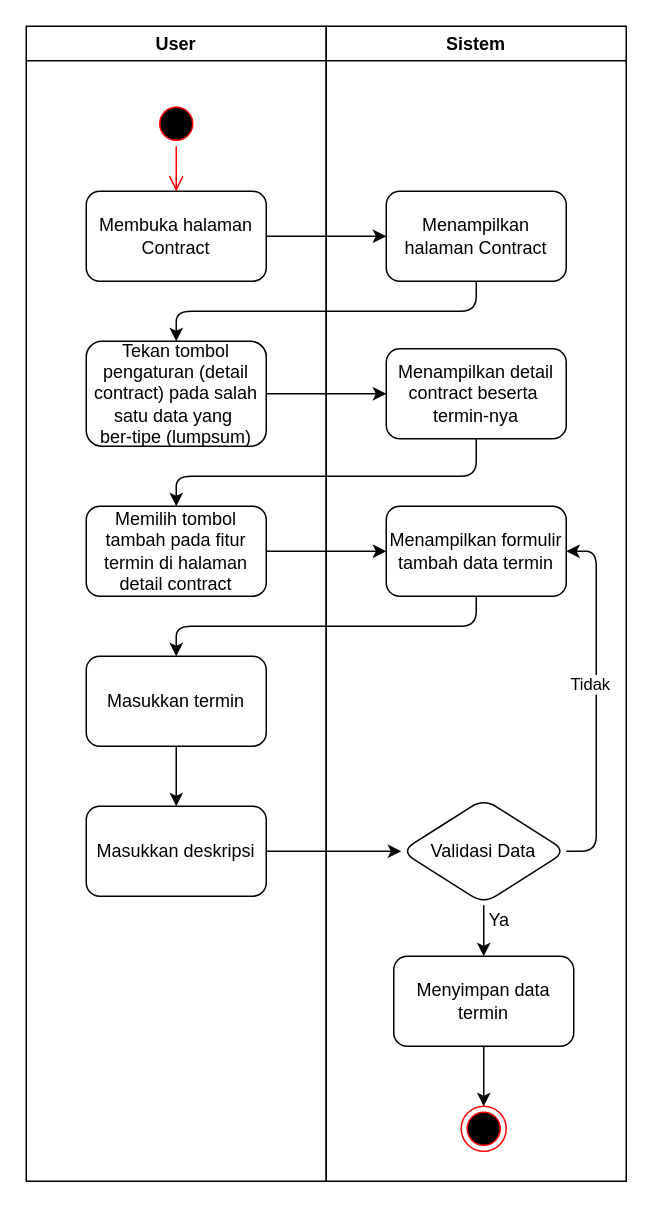
Above: contract/tambahtermin.drawio in rismanrhz/idms (draw.io), before the change. Source tidied: cells renumbered, new cells numbered last; positions are measured from the earlier drawing's top-left corner, leaving out a move shared by most shapes. Both pictures are drawn from the tidied source at 150%, with x=0, y=0 at pixel (26, 26).
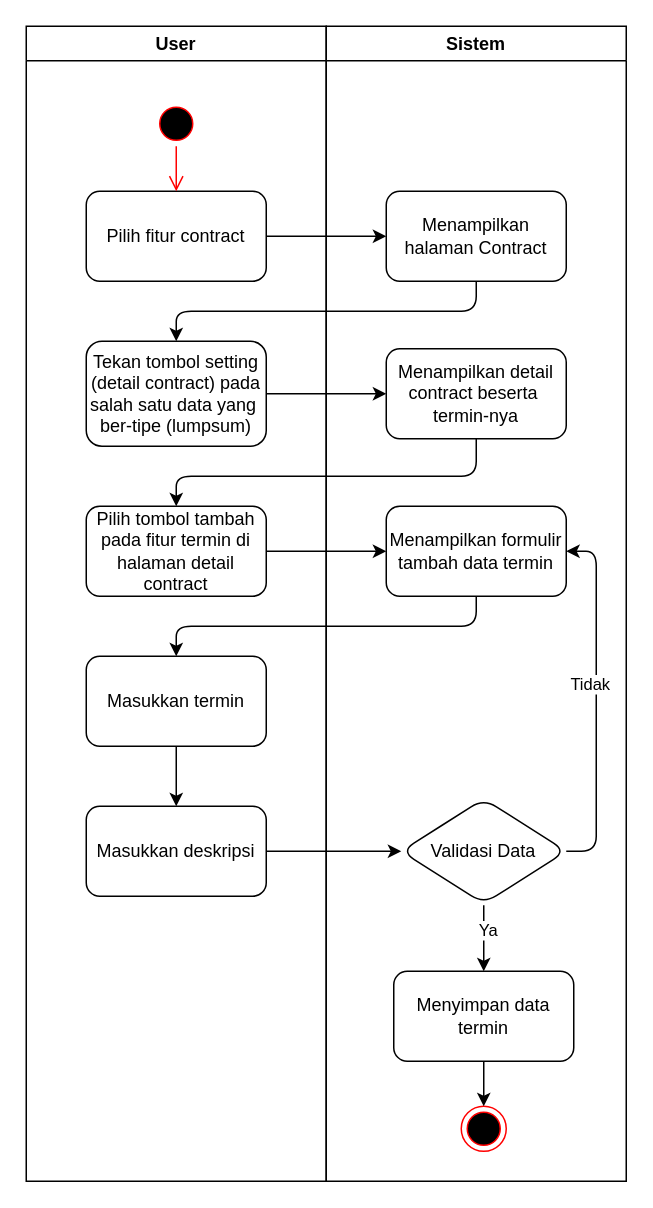
The same diagram, later.

Unchanged cells that the change refers to:
```xml
<mxCell id="2" value="User" style="swimlane;whiteSpace=wrap;html=1;" parent="1" vertex="1">
  <mxGeometry width="200" height="770" as="geometry" />
</mxCell>
<mxCell id="8" value="Sistem" style="swimlane;whiteSpace=wrap;html=1;" parent="1" vertex="1">
  <mxGeometry x="200" width="200" height="770" as="geometry" />
</mxCell>
<mxCell id="23" style="edgeStyle=none;html=1;" parent="1" edge="1" target="12">
  <mxGeometry relative="1" as="geometry">
    <mxPoint x="305" y="586" as="sourcePoint" />
  </mxGeometry>
</mxCell>
```

What changed in the source:
```diff
@@
-    <mxCell id="4" value="Membuka halaman Contract" style="rounded=1;whiteSpace=wrap;html=1;" parent="2" vertex="1">
+    <mxCell id="4" value="Pilih fitur contract" style="rounded=1;whiteSpace=wrap;html=1;" parent="2" vertex="1">
       <mxGeometry x="40" y="110" width="120" height="60" as="geometry" />
     </mxCell>
@@
-    <mxCell id="6" value="Tekan tombol pengaturan (detail contract) pada salah satu data yang&amp;nbsp;&lt;div&gt;ber-tipe (lumpsum)&lt;/div&gt;" style="rounded=1;whiteSpace=wrap;html=1;" parent="2" vertex="1">
+    <mxCell id="6" value="Tekan tombol setting (detail contract) pada salah satu data yang&amp;nbsp;&lt;div&gt;ber-tipe (lumpsum)&lt;/div&gt;" style="rounded=1;whiteSpace=wrap;html=1;" parent="2" vertex="1">
       <mxGeometry x="40" y="210" width="120" height="70" as="geometry" />
     </mxCell>
@@
     <mxCell id="12" value="Menyimpan data termin" style="rounded=1;whiteSpace=wrap;html=1;" parent="8" vertex="1">
-      <mxGeometry x="45" y="620" width="120" height="60" as="geometry" />
+      <mxGeometry x="45" y="630" width="120" height="60" as="geometry" />
     </mxCell>
@@
-    <mxCell id="17" value="Memilih tombol tambah pada fitur termin di halaman detail contract" style="rounded=1;whiteSpace=wrap;html=1;" parent="1" vertex="1">
+    <mxCell id="17" value="Pilih tombol tambah pada fitur termin di halaman detail contract" style="rounded=1;whiteSpace=wrap;html=1;" parent="1" vertex="1">
       <mxGeometry x="40" y="320" width="120" height="60" as="geometry" />
     </mxCell>
@@
+    <mxCell id="25" value="Ya" style="edgeLabel;html=1;align=center;verticalAlign=middle;" parent="23" vertex="1">
+      <mxGeometry x="-0.29" y="2" relative="1" as="geometry" />
+    </mxCell>
@@
-    <mxCell id="25" value="Ya" style="text;html=1;align=center;verticalAlign=middle;strokeColor=none;fillColor=none;" parent="1" vertex="1">
-      <mxGeometry x="295" y="581" width="40" height="30" as="geometry" />
-    </mxCell>
```
